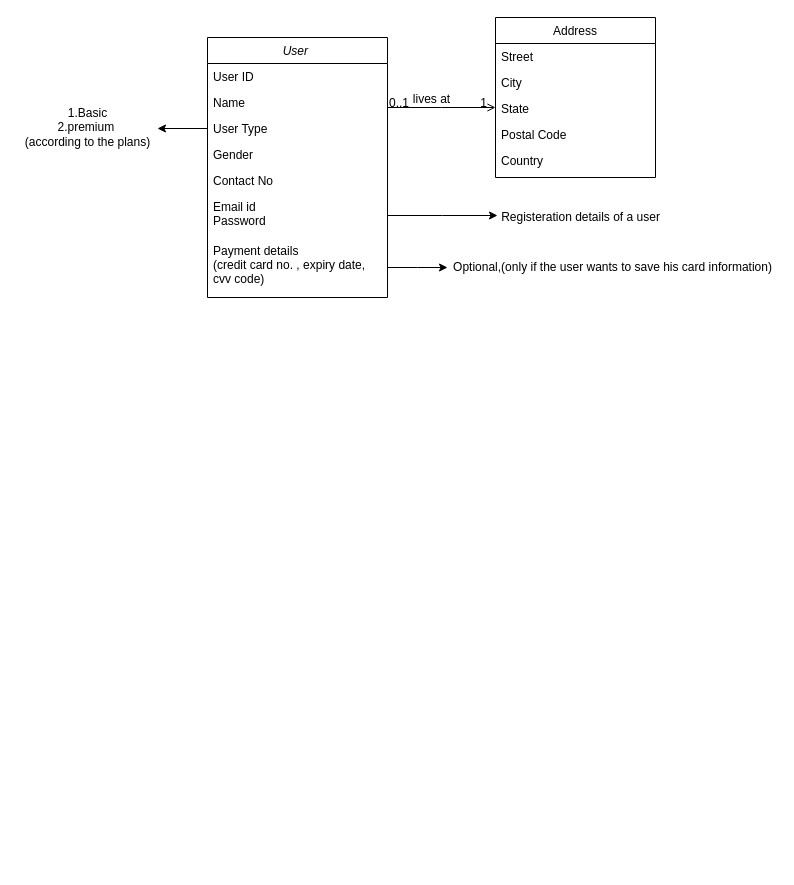
Earlier version of the draw.io diagram Untitled Diagram.drawio (riyagarg26/database_design). Source tidied: cells renumbered, new cells numbered last; positions are measured from the earlier drawing's top-left corner, leaving out a move shared by most shapes. Both pictures are drawn from the tidied source at 100%, with x=0, y=0 at pixel (17, 17).
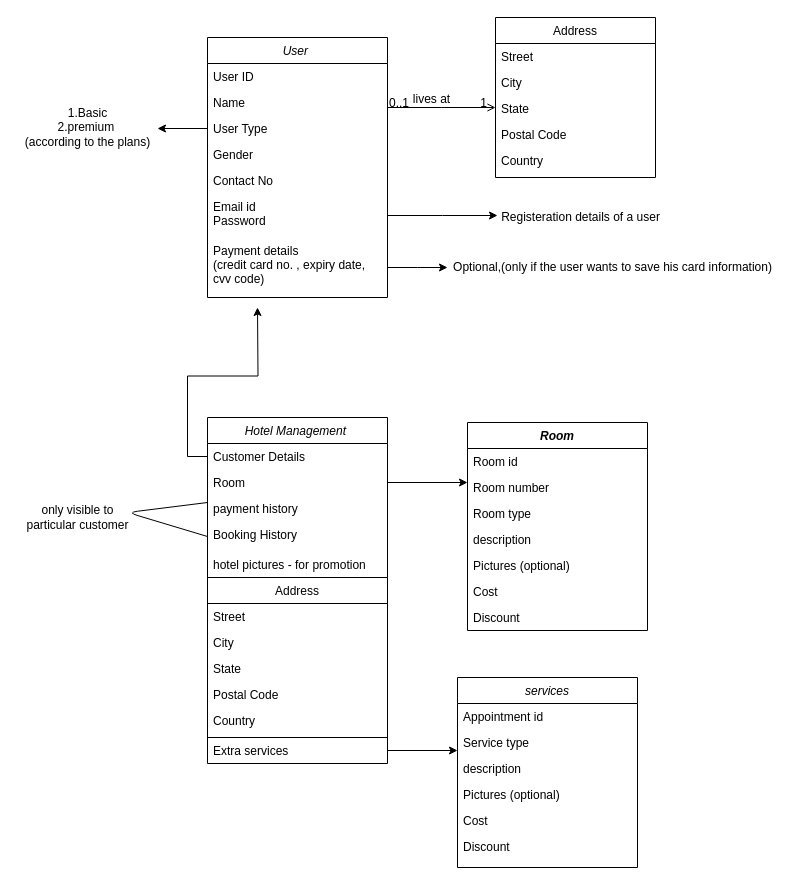
After the change.

Commit message:
Hotel amnagement Diagram.drawio

What changed in the source:
```diff
@@
+    <mxCell id="26" value="Hotel Management " style="swimlane;fontStyle=2;align=center;verticalAlign=top;horizontal=1;startSize=26;rounded=0;shadow=0;strokeWidth=1;" parent="1" vertex="1">
+      <mxGeometry x="190" y="400" width="180" height="346" as="geometry" />
+    </mxCell>
+    <mxCell id="27" value="Customer Details " style="text;align=left;verticalAlign=top;spacingLeft=4;spacingRight=4;overflow=hidden;points=[[0,0.5],[1,0.5]];portConstraint=eastwest;rounded=0;shadow=0;html=0;" parent="26" vertex="1">
+      <mxGeometry y="26" width="180" height="26" as="geometry" />
+    </mxCell>
+    <mxCell id="28" value="Room" style="text;align=left;verticalAlign=top;spacingLeft=4;spacingRight=4;overflow=hidden;points=[[0,0.5],[1,0.5]];portConstraint=eastwest;" parent="26" vertex="1">
+      <mxGeometry y="52" width="180" height="26" as="geometry" />
+    </mxCell>
+    <mxCell id="29" value="payment history" style="text;align=left;verticalAlign=top;spacingLeft=4;spacingRight=4;overflow=hidden;rounded=0;shadow=0;html=0;" parent="26" vertex="1">
+      <mxGeometry y="78" width="180" height="26" as="geometry" />
+    </mxCell>
+    <mxCell id="30" value="Booking History" style="text;align=left;verticalAlign=top;spacingLeft=4;spacingRight=4;overflow=hidden;points=[[0,0.5],[1,0.5]];portConstraint=eastwest;rounded=0;shadow=0;html=0;" parent="26" vertex="1">
+      <mxGeometry y="104" width="180" height="30" as="geometry" />
+    </mxCell>
+    <mxCell id="31" value="hotel pictures - for promotion" style="text;align=left;verticalAlign=top;spacingLeft=4;spacingRight=4;overflow=hidden;rounded=0;shadow=0;html=0;" parent="26" vertex="1">
+      <mxGeometry y="134" width="180" height="26" as="geometry" />
+    </mxCell>
+    <mxCell id="32" value="Address" style="swimlane;fontStyle=0;align=center;verticalAlign=top;horizontal=1;startSize=26;rounded=0;shadow=0;strokeWidth=1;" parent="26" vertex="1">
+      <mxGeometry y="160" width="180" height="160" as="geometry" />
+    </mxCell>
+    <mxCell id="33" value="Street" style="text;align=left;verticalAlign=top;spacingLeft=4;spacingRight=4;overflow=hidden;" parent="32" vertex="1">
+      <mxGeometry y="26" width="180" height="26" as="geometry" />
+    </mxCell>
+    <mxCell id="34" value="City" style="text;align=left;verticalAlign=top;spacingLeft=4;spacingRight=4;overflow=hidden;rounded=0;shadow=0;html=0;" parent="32" vertex="1">
+      <mxGeometry y="52" width="180" height="26" as="geometry" />
+    </mxCell>
+    <mxCell id="35" value="State" style="text;align=left;verticalAlign=top;spacingLeft=4;spacingRight=4;overflow=hidden;rounded=0;shadow=0;html=0;" parent="32" vertex="1">
+      <mxGeometry y="78" width="180" height="26" as="geometry" />
+    </mxCell>
+    <mxCell id="36" value="Postal Code" style="text;align=left;verticalAlign=top;spacingLeft=4;spacingRight=4;overflow=hidden;rounded=0;shadow=0;html=0;" parent="32" vertex="1">
+      <mxGeometry y="104" width="180" height="26" as="geometry" />
+    </mxCell>
+    <mxCell id="37" value="Country" style="text;align=left;verticalAlign=top;spacingLeft=4;spacingRight=4;overflow=hidden;rounded=0;shadow=0;html=0;" parent="32" vertex="1">
+      <mxGeometry y="130" width="180" height="26" as="geometry" />
+    </mxCell>
+    <mxCell id="38" value="Extra services " style="text;align=left;verticalAlign=top;spacingLeft=4;spacingRight=4;overflow=hidden;points=[[0,0.5],[1,0.5]];portConstraint=eastwest;rounded=0;shadow=0;html=0;" parent="26" vertex="1">
+      <mxGeometry y="320" width="180" height="26" as="geometry" />
+    </mxCell>
+    <mxCell id="39" style="edgeStyle=orthogonalEdgeStyle;rounded=0;jettySize=auto;html=1;" parent="1" edge="1" source="27">
+      <mxGeometry relative="1" as="geometry">
+        <mxPoint x="240" y="290" as="targetPoint" />
+      </mxGeometry>
+    </mxCell>
+    <mxCell id="40" style="endArrow=none;html=1;exitX=0;exitY=0.5;exitDx=0;exitDy=0;" parent="1" edge="1" source="30">
+      <mxGeometry relative="1" as="geometry">
+        <mxPoint x="190" y="485" as="targetPoint" />
+        <Array as="points">
+          <mxPoint x="110" y="495" />
+        </Array>
+      </mxGeometry>
+    </mxCell>
+    <mxCell id="41" value="only visible to &lt;br&gt;particular customer" style="text;html=1;align=center;verticalAlign=middle;fillColor=none;strokeColor=none;rounded=0;" parent="1" vertex="1">
+      <mxGeometry y="485" width="120" height="30" as="geometry" />
+    </mxCell>
+    <mxCell id="42" style="edgeStyle=none;rounded=0;jettySize=auto;html=1;exitX=1;exitY=0.5;exitDx=0;exitDy=0;" parent="1" edge="1" source="28">
+      <mxGeometry relative="1" as="geometry">
+        <mxPoint x="450" y="465" as="targetPoint" />
+      </mxGeometry>
+    </mxCell>
+    <mxCell id="43" value="Room" style="swimlane;fontStyle=3;align=center;verticalAlign=top;horizontal=1;startSize=26;rounded=0;shadow=0;strokeWidth=1;" parent="1" vertex="1">
+      <mxGeometry x="450" y="405" width="180" height="208" as="geometry" />
+    </mxCell>
+    <mxCell id="44" value="Room id " style="text;align=left;verticalAlign=top;spacingLeft=4;spacingRight=4;overflow=hidden;" parent="43" vertex="1">
+      <mxGeometry y="26" width="180" height="26" as="geometry" />
+    </mxCell>
+    <mxCell id="45" value="Room number" style="text;align=left;verticalAlign=top;spacingLeft=4;spacingRight=4;overflow=hidden;rounded=0;shadow=0;html=0;" parent="43" vertex="1">
+      <mxGeometry y="52" width="180" height="26" as="geometry" />
+    </mxCell>
+    <mxCell id="46" value="Room type" style="text;align=left;verticalAlign=top;spacingLeft=4;spacingRight=4;overflow=hidden;rounded=0;shadow=0;html=0;" parent="43" vertex="1">
+      <mxGeometry y="78" width="180" height="26" as="geometry" />
+    </mxCell>
+    <mxCell id="47" value="description" style="text;align=left;verticalAlign=top;spacingLeft=4;spacingRight=4;overflow=hidden;rounded=0;shadow=0;html=0;" parent="43" vertex="1">
+      <mxGeometry y="104" width="180" height="26" as="geometry" />
+    </mxCell>
+    <mxCell id="48" value="Pictures (optional)" style="text;align=left;verticalAlign=top;spacingLeft=4;spacingRight=4;overflow=hidden;rounded=0;shadow=0;html=0;" parent="43" vertex="1">
+      <mxGeometry y="130" width="180" height="26" as="geometry" />
+    </mxCell>
+    <mxCell id="49" value="Cost" style="text;align=left;verticalAlign=top;spacingLeft=4;spacingRight=4;overflow=hidden;rounded=0;shadow=0;html=0;" parent="43" vertex="1">
+      <mxGeometry y="156" width="180" height="26" as="geometry" />
+    </mxCell>
+    <mxCell id="50" value="Discount" style="text;align=left;verticalAlign=top;spacingLeft=4;spacingRight=4;overflow=hidden;rounded=0;shadow=0;html=0;" parent="43" vertex="1">
+      <mxGeometry y="182" width="180" height="26" as="geometry" />
+    </mxCell>
+    <mxCell id="51" style="edgeStyle=none;rounded=0;jettySize=auto;html=1;exitX=1;exitY=0.5;exitDx=0;exitDy=0;" parent="1" edge="1" source="38">
+      <mxGeometry relative="1" as="geometry">
+        <mxPoint x="440" y="733" as="targetPoint" />
+      </mxGeometry>
+    </mxCell>
+    <mxCell id="52" value="services" style="swimlane;fontStyle=2;align=center;verticalAlign=top;horizontal=1;startSize=26;rounded=0;shadow=0;strokeWidth=1;" parent="1" vertex="1">
+      <mxGeometry x="440" y="660" width="180" height="190" as="geometry" />
+    </mxCell>
+    <mxCell id="53" value="Appointment id" style="text;align=left;verticalAlign=top;spacingLeft=4;spacingRight=4;overflow=hidden;rounded=0;shadow=0;html=0;" parent="52" vertex="1">
+      <mxGeometry y="26" width="180" height="26" as="geometry" />
+    </mxCell>
+    <mxCell id="54" value="Service type" style="text;align=left;verticalAlign=top;spacingLeft=4;spacingRight=4;overflow=hidden;rounded=0;shadow=0;html=0;" parent="52" vertex="1">
+      <mxGeometry y="52" width="180" height="26" as="geometry" />
+    </mxCell>
+    <mxCell id="55" value="description" style="text;align=left;verticalAlign=top;spacingLeft=4;spacingRight=4;overflow=hidden;rounded=0;shadow=0;html=0;" parent="52" vertex="1">
+      <mxGeometry y="78" width="180" height="26" as="geometry" />
+    </mxCell>
+    <mxCell id="56" value="Pictures (optional)" style="text;align=left;verticalAlign=top;spacingLeft=4;spacingRight=4;overflow=hidden;rounded=0;shadow=0;html=0;" parent="52" vertex="1">
+      <mxGeometry y="104" width="180" height="26" as="geometry" />
+    </mxCell>
+    <mxCell id="57" value="Cost" style="text;align=left;verticalAlign=top;spacingLeft=4;spacingRight=4;overflow=hidden;rounded=0;shadow=0;html=0;" parent="52" vertex="1">
+      <mxGeometry y="130" width="180" height="26" as="geometry" />
+    </mxCell>
+    <mxCell id="58" value="Discount" style="text;align=left;verticalAlign=top;spacingLeft=4;spacingRight=4;overflow=hidden;rounded=0;shadow=0;html=0;" parent="52" vertex="1">
+      <mxGeometry y="156" width="180" height="26" as="geometry" />
+    </mxCell>
```
